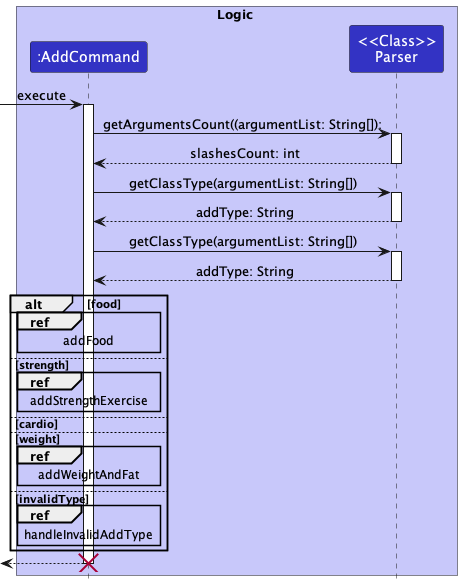
Above: docs/UmlDiagrams/Add.png in nus-cs2113-AY2223S1/tp (PlantUML), before the change.
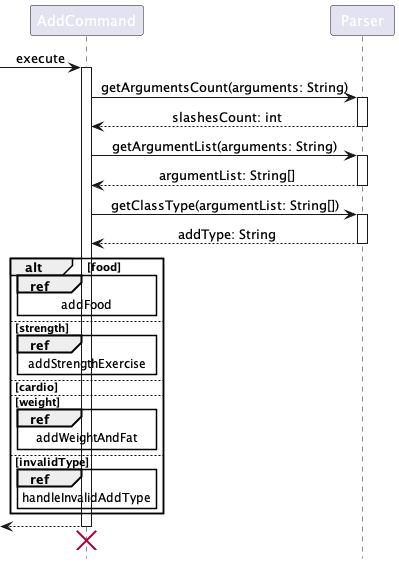
Above is the later version.

Commit message:
Destroy a bit later

Change to the diagram source:
```diff
@@ -2,18 +2,14 @@
 
 !include style.puml
 
-
-box Logic LOGIC_COLOR_T1
-participant ":AddCommand" as AddCommand LOGIC_COLOR
-participant "<<Class>>\nParser" as Parser LOGIC_COLOR
-end box
-
 [-> AddCommand : execute
 activate AddCommand
-AddCommand -> Parser++: getArgumentsCount((argumentList: String[]):
+AddCommand -> Parser++: getArgumentsCount(arguments: String)
 return slashesCount: int
-AddCommand -> Parser++: getClassType(argumentList: String[])
-return addType: String
+
+AddCommand -> Parser++: getArgumentList(arguments: String)
+return argumentList: String[]
+
 AddCommand -> Parser++: getClassType(argumentList: String[])
 return addType: String
 
@@ -29,5 +25,6 @@
     ref over AddCommand: handleInvalidAddType
 end
 return
+AddCommand -[hidden]-> Parser
 destroy AddCommand
 @enduml
```
